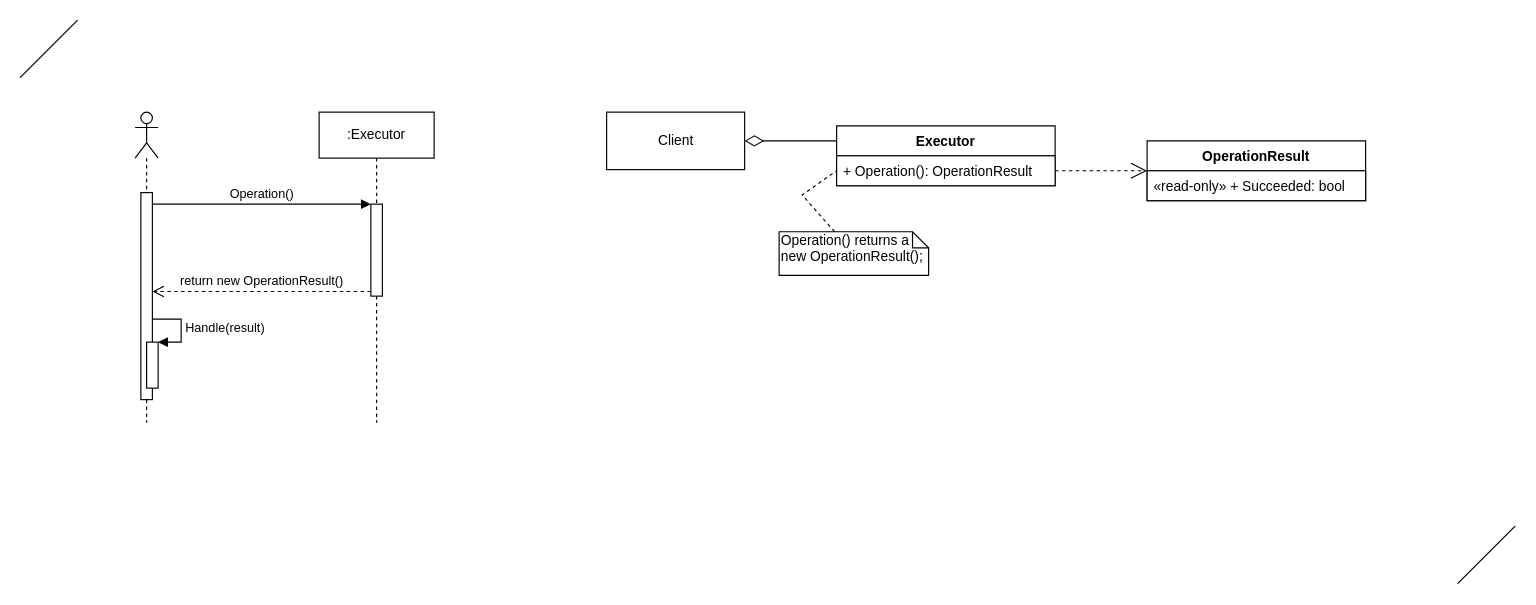
Earlier version of the draw.io diagram Diagrams/Operation Result.drawio (PacktPublishing/Architecting-ASP.NET-Core-Applications-3E). Source tidied: cells renumbered, new cells numbered last; positions are measured from the earlier drawing's top-left corner, leaving out a move shared by most shapes. Both pictures are drawn from the tidied source at 115%, with x=0, y=0 at pixel (20, 20).
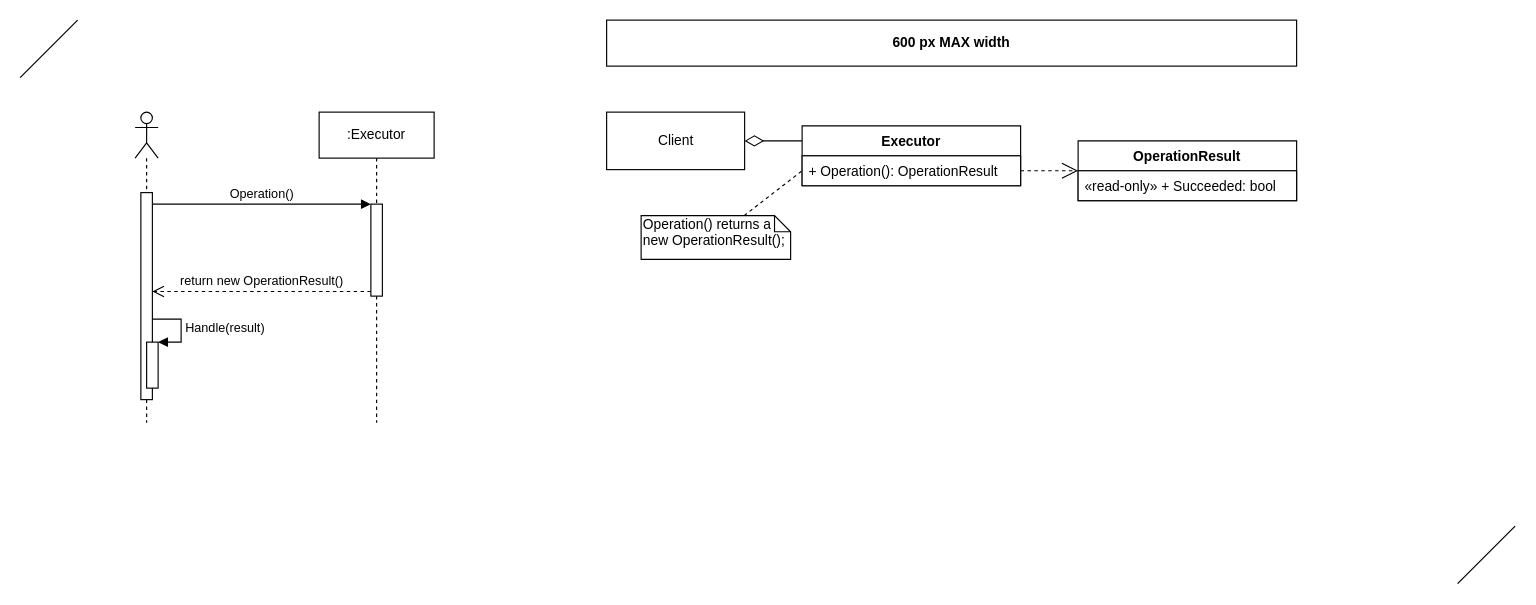
The same page after the edit.

The change refers to these unchanged cells:
```xml
<mxCell id="14" value="+ Operation(): OperationResult" style="text;strokeColor=default;fillColor=default;align=left;verticalAlign=top;spacingLeft=4;spacingRight=4;overflow=hidden;points=[[0,0.5],[1,0.5]];portConstraint=eastwest;" parent="13" vertex="1">
  <mxGeometry y="26" width="190" height="26" as="geometry" />
</mxCell>
```

The edit, as a diff of the source:
```diff
@@
     <mxCell id="11" value="OperationResult" style="swimlane;fontStyle=1;align=center;verticalAlign=top;horizontal=1;startSize=26;" parent="1" vertex="1">
-      <mxGeometry x="980" y="105" width="190" height="52" as="geometry" />
+      <mxGeometry x="920" y="105" width="190" height="52" as="geometry" />
     </mxCell>
@@
     <mxCell id="13" value="Executor" style="swimlane;fontStyle=1;align=center;verticalAlign=top;horizontal=1;startSize=26;" parent="1" vertex="1">
-      <mxGeometry x="710" y="92" width="190" height="52" as="geometry" />
+      <mxGeometry x="680" y="92" width="190" height="52" as="geometry" />
     </mxCell>
@@
     <mxCell id="17" value="Operation() returns a new OperationResult();" style="shape=note;whiteSpace=wrap;html=1;size=14;verticalAlign=top;align=left;spacingTop=-6;" parent="1" vertex="1">
-      <mxGeometry x="660" y="184" width="130" height="38" as="geometry" />
+      <mxGeometry x="540" y="170" width="130" height="38" as="geometry" />
     </mxCell>
     <mxCell id="18" style="rounded=0;elbow=vertical;html=1;jettySize=auto;dashed=1;endArrow=none;endFill=0;entryX=0;entryY=0.5;entryDx=0;entryDy=0;" parent="1" edge="1" source="17" target="14">
-      <mxGeometry relative="1" as="geometry">
-        <Array as="points">
-          <mxPoint x="680" y="152" />
-        </Array>
-      </mxGeometry>
+      <mxGeometry relative="1" as="geometry" />
     </mxCell>
@@
+    <mxCell id="21" value="600 px MAX width" style="rounded=0;whiteSpace=wrap;html=1;sketch=0;fontSize=12;align=center;fontStyle=1;" parent="1" vertex="1">
+      <mxGeometry x="510" width="600" height="40" as="geometry" />
+    </mxCell>
```
